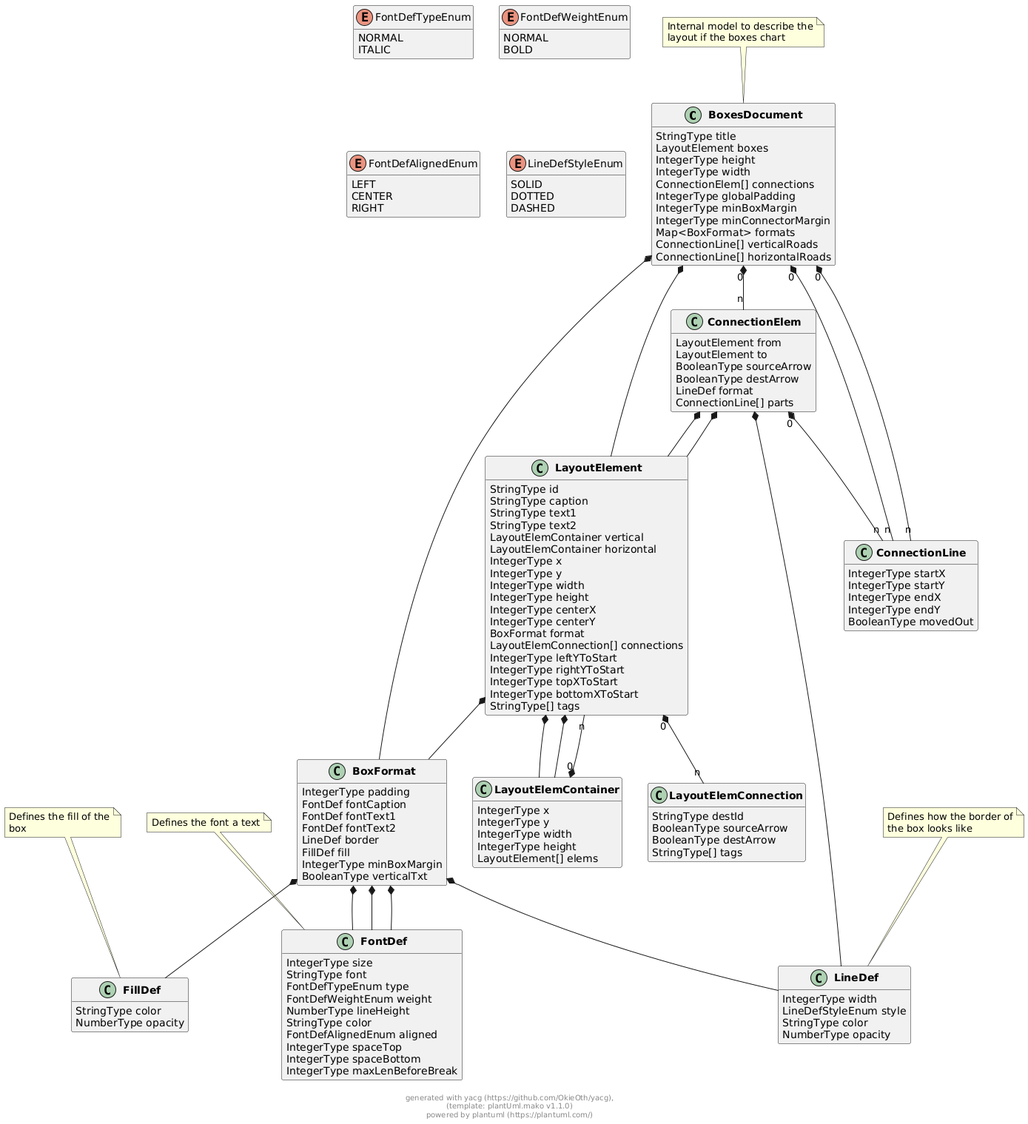
Earlier version of the PlantUML export docs/models/png/boxes_document.png (OkieOth/draw.chart.things).
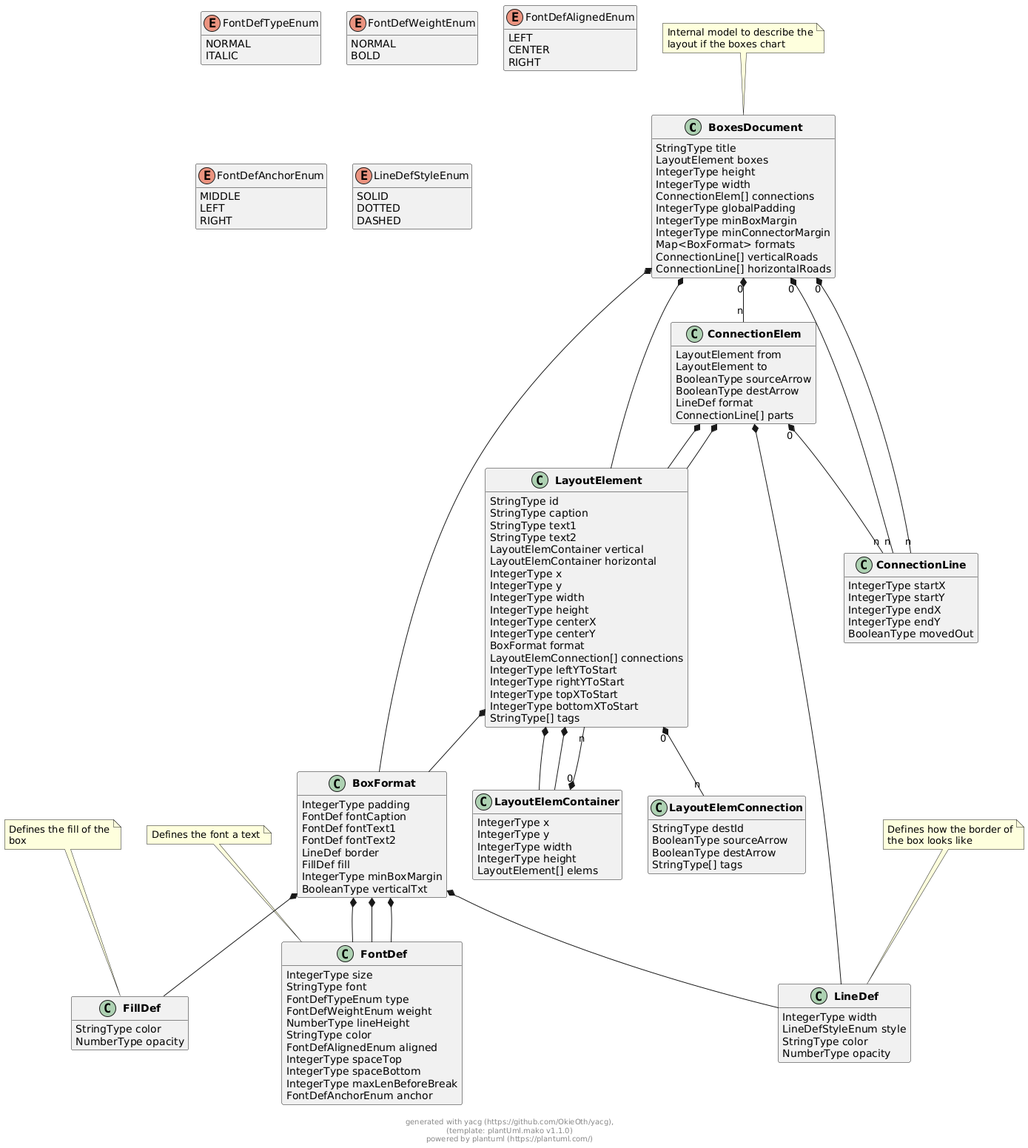
Above is the later version.

Diff of the diagram source:
```diff
@@ -109,6 +109,7 @@
         IntegerType spaceTop
         IntegerType spaceBottom
         IntegerType maxLenBeforeBreak
+        FontDefAnchorEnum anchor
 }
 note top: Defines the font a text
 
@@ -127,6 +128,12 @@
 enum "FontDefAlignedEnum" as FontDefAlignedEnum {
     LEFT
     CENTER
+    RIGHT
+}
+
+enum "FontDefAnchorEnum" as FontDefAnchorEnum {
+    MIDDLE
+    LEFT
     RIGHT
 }
 
@@ -264,5 +271,7 @@
 
 
 
+
+
 footer \ngenerated with yacg (https://github.com/OkieOth/yacg),\n(template: plantUml.mako v1.1.0)\npowered by plantuml (https://plantuml.com/)
 @enduml
```
